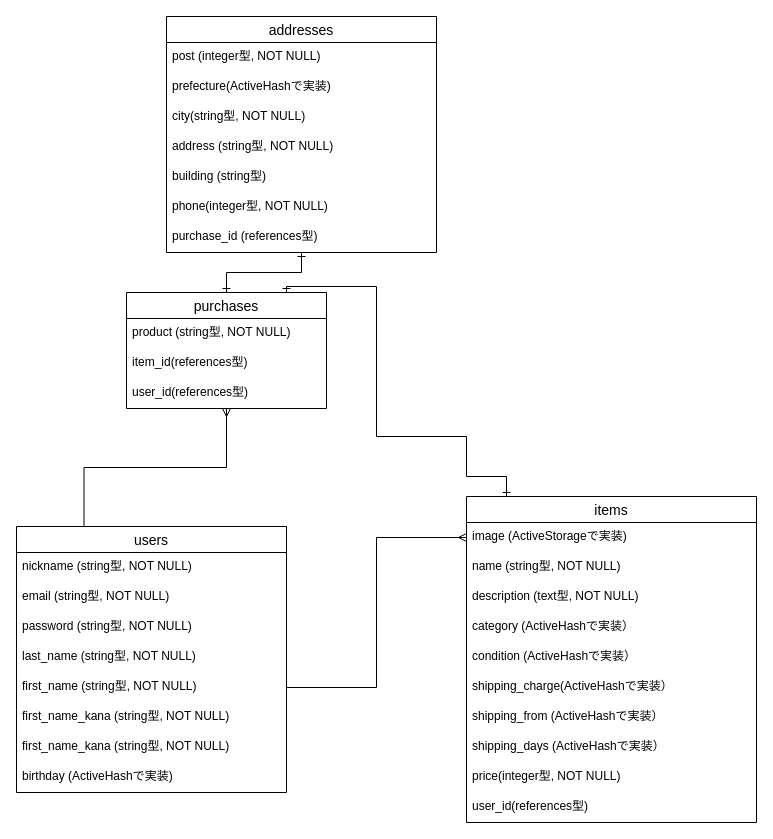
yuki-b4/furima-32983 keeps this draw.io diagram as furima.dio. Above is the earlier version. Source tidied: cells renumbered, new cells numbered last; positions are measured from the earlier drawing's top-left corner, leaving out a move shared by most shapes. Both pictures are drawn from the tidied source at 100%, with x=0, y=0 at pixel (16, 16).
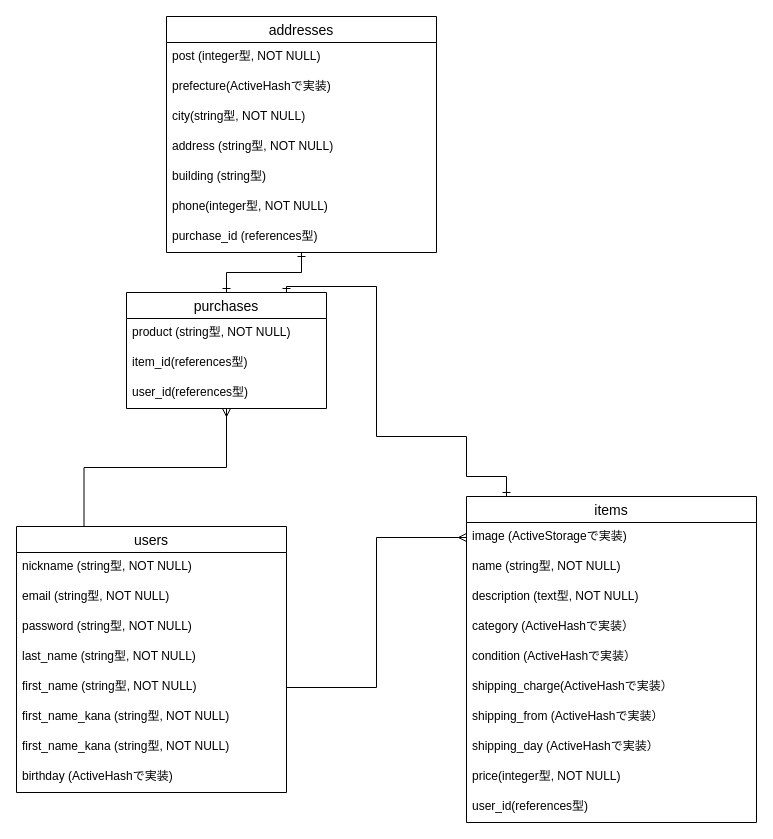
The same page after the edit.

The change refers to these unchanged cells:
```xml
<mxCell id="13" value="items" style="swimlane;fontStyle=0;horizontal=1;startSize=26;align=center;fontSize=14;" parent="1" vertex="1">
  <mxGeometry x="450" y="480" width="290" height="326" as="geometry" />
</mxCell>
```

What changed in the source:
```diff
@@
-    <mxCell id="21" value="shipping_days (ActiveHashで実装）" style="text;strokeColor=none;fillColor=none;spacingLeft=4;spacingRight=4;overflow=hidden;fontSize=12;" parent="13" vertex="1">
+    <mxCell id="21" value="shipping_day (ActiveHashで実装）" style="text;strokeColor=none;fillColor=none;spacingLeft=4;spacingRight=4;overflow=hidden;fontSize=12;" parent="13" vertex="1">
       <mxGeometry y="236" width="290" height="30" as="geometry" />
     </mxCell>
```
